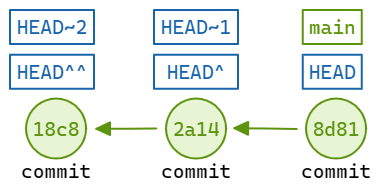
Before: python/images/git_history_commit.excalidraw.png, a diagram exported from Excalidraw (studyxiao/note). Source tidied: one line per element, renumbered; positions are measured from the earlier drawing's top-left corner, leaving out a move shared by most shapes.
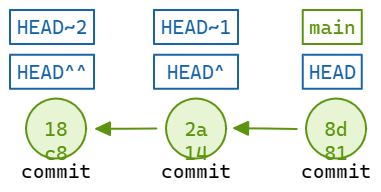
After the change.

The edit, as a diff of the source:
```diff
@@ -1,23 +1,23 @@
-{"id": 0, "type": "arrow", "strokeColor": "#5c940d", "backgroundColor": "#82c91e30", "fillStyle": "solid", "strokeWidth": 2, "roughness": 0, "endArrowhead": "triangle", "from": 9, "to": 6, "x": 146, "y": 118, "width": 60, "height": 0, "points": [[0, 0], [-60, 0]]}
+{"id": 0, "type": "arrow", "strokeColor": "#5c940d", "backgroundColor": "#82c91e30", "fillStyle": "solid", "strokeWidth": 2, "roughness": 0, "endArrowhead": "triangle", "round": true, "from": 9, "to": 6, "x": 146, "y": 118, "width": 60, "height": 0, "points": [[0, 0], [-60, 0]]}
-{"id": 1, "type": "arrow", "strokeColor": "#5c940d", "backgroundColor": "#82c91e30", "fillStyle": "solid", "strokeWidth": 2, "roughness": 0, "endArrowhead": "triangle", "from": 12, "to": 9, "x": 286, "y": 119, "width": 62, "height": 1, "points": [[0, 0], [-62, -1]]}
+{"id": 1, "type": "arrow", "strokeColor": "#5c940d", "backgroundColor": "#82c91e30", "fillStyle": "solid", "strokeWidth": 2, "roughness": 0, "endArrowhead": "triangle", "round": true, "from": 12, "to": 9, "x": 286, "y": 119, "width": 62, "height": 1, "points": [[0, 0], [-62, -1]]}
 {"id": 2, "type": "rectangle", "strokeColor": "#5c940d", "strokeWidth": 2, "roughness": 0, "x": 293, "y": 0, "width": 59, "height": 34}
-{"id": 3, "type": "text", "text": "main", "strokeColor": "#5c940d", "backgroundColor": "#82c91e30", "fillStyle": "solid", "strokeWidth": 2, "roughness": 0, "fontSize": 20, "fontFamily": 3, "textAlign": "center", "verticalAlign": "middle", "inside": 2, "x": 298, "y": 5, "width": 49, "height": 24}
+{"id": 3, "type": "text", "text": "main", "strokeColor": "#5c940d", "backgroundColor": "#82c91e30", "fillStyle": "solid", "strokeWidth": 2, "roughness": 0, "fontSize": 20, "fontFamily": 3, "textAlign": "center", "verticalAlign": "middle", "round": true, "inside": 2, "x": 299, "y": 5, "width": 47, "height": 24}
 {"id": 4, "type": "rectangle", "strokeColor": "#1864ab", "strokeWidth": 2, "roughness": 0, "x": 293, "y": 45, "width": 59, "height": 34}
-{"id": 5, "type": "text", "text": "HEAD", "strokeColor": "#1864ab", "backgroundColor": "#82c91e30", "fillStyle": "solid", "strokeWidth": 2, "roughness": 0, "fontSize": 20, "fontFamily": 3, "textAlign": "center", "verticalAlign": "middle", "inside": 4, "x": 298, "y": 50, "width": 49, "height": 24}
+{"id": 5, "type": "text", "text": "HEAD", "strokeColor": "#1864ab", "backgroundColor": "#82c91e30", "fillStyle": "solid", "strokeWidth": 2, "roughness": 0, "fontSize": 20, "fontFamily": 3, "textAlign": "center", "verticalAlign": "middle", "round": true, "inside": 4, "x": 299, "y": 50, "width": 47, "height": 24}
-{"id": 6, "type": "ellipse", "strokeColor": "#5c940d", "backgroundColor": "#82c91e30", "fillStyle": "solid", "strokeWidth": 2, "roughness": 0, "x": 16, "y": 89, "width": 60, "height": 60}
+{"id": 6, "type": "ellipse", "strokeColor": "#5c940d", "backgroundColor": "#82c91e30", "fillStyle": "solid", "strokeWidth": 2, "roughness": 0, "round": true, "x": 16, "y": 89, "width": 60, "height": 60}
-{"id": 7, "type": "text", "text": "18c8", "strokeColor": "#5c940d", "backgroundColor": "#82c91e", "fillStyle": "hachure", "strokeWidth": 1, "roughness": 0, "fontSize": 20, "fontFamily": 3, "textAlign": "center", "verticalAlign": "middle", "inside": 6, "x": 21, "y": 107, "width": 50, "height": 24}
+{"id": 7, "type": "text", "text": "18\nc8", "strokeColor": "#5c940d", "backgroundColor": "#82c91e", "fillStyle": "hachure", "strokeWidth": 1, "roughness": 0, "fontSize": 20, "fontFamily": 3, "textAlign": "center", "verticalAlign": "middle", "round": true, "inside": 6, "x": 34, "y": 107, "width": 23, "height": 48}
-{"id": 8, "type": "text", "text": "commit", "strokeColor": "#000000", "strokeWidth": 1, "roughness": 1, "fontSize": 20, "fontFamily": 3, "textAlign": "center", "x": 11, "y": 149, "width": 71, "height": 24}
+{"id": 8, "type": "text", "text": "commit", "strokeColor": "#000000", "strokeWidth": 1, "roughness": 1, "fontSize": 20, "fontFamily": 3, "textAlign": "center", "x": 11, "y": 149, "width": 70, "height": 24}
-{"id": 9, "type": "ellipse", "strokeColor": "#5c940d", "backgroundColor": "#82c91e30", "fillStyle": "solid", "strokeWidth": 2, "roughness": 0, "x": 156, "y": 89, "width": 60, "height": 60}
+{"id": 9, "type": "ellipse", "strokeColor": "#5c940d", "backgroundColor": "#82c91e30", "fillStyle": "solid", "strokeWidth": 2, "roughness": 0, "round": true, "x": 156, "y": 89, "width": 60, "height": 60}
-{"id": 10, "type": "text", "text": "2a14", "strokeColor": "#5c940d", "backgroundColor": "#82c91e", "fillStyle": "hachure", "strokeWidth": 1, "roughness": 0, "fontSize": 20, "fontFamily": 3, "textAlign": "center", "verticalAlign": "middle", "inside": 9, "x": 161, "y": 107, "width": 50, "height": 24}
+{"id": 10, "type": "text", "text": "2a\n14", "strokeColor": "#5c940d", "backgroundColor": "#82c91e", "fillStyle": "hachure", "strokeWidth": 1, "roughness": 0, "fontSize": 20, "fontFamily": 3, "textAlign": "center", "verticalAlign": "middle", "round": true, "inside": 9, "x": 174, "y": 107, "width": 23, "height": 48}
-{"id": 11, "type": "text", "text": "commit", "strokeColor": "#000000", "strokeWidth": 1, "roughness": 1, "fontSize": 20, "fontFamily": 3, "textAlign": "center", "x": 151, "y": 149, "width": 71, "height": 24}
+{"id": 11, "type": "text", "text": "commit", "strokeColor": "#000000", "strokeWidth": 1, "roughness": 1, "fontSize": 20, "fontFamily": 3, "textAlign": "center", "x": 151, "y": 149, "width": 70, "height": 24}
-{"id": 12, "type": "ellipse", "strokeColor": "#5c940d", "backgroundColor": "#82c91e30", "fillStyle": "solid", "strokeWidth": 2, "roughness": 0, "x": 296, "y": 89, "width": 60, "height": 60}
+{"id": 12, "type": "ellipse", "strokeColor": "#5c940d", "backgroundColor": "#82c91e30", "fillStyle": "solid", "strokeWidth": 2, "roughness": 0, "round": true, "x": 296, "y": 89, "width": 60, "height": 60}
-{"id": 13, "type": "text", "text": "8d81", "strokeColor": "#5c940d", "backgroundColor": "#82c91e", "fillStyle": "hachure", "strokeWidth": 1, "roughness": 0, "fontSize": 20, "fontFamily": 3, "textAlign": "center", "verticalAlign": "middle", "inside": 12, "x": 301, "y": 107, "width": 50, "height": 24}
+{"id": 13, "type": "text", "text": "8d\n81", "strokeColor": "#5c940d", "backgroundColor": "#82c91e", "fillStyle": "hachure", "strokeWidth": 1, "roughness": 0, "fontSize": 20, "fontFamily": 3, "textAlign": "center", "verticalAlign": "middle", "round": true, "inside": 12, "x": 314, "y": 107, "width": 23, "height": 48}
-{"id": 14, "type": "text", "text": "commit", "strokeColor": "#000000", "strokeWidth": 1, "roughness": 1, "fontSize": 20, "fontFamily": 3, "textAlign": "center", "x": 291, "y": 149, "width": 71, "height": 24}
+{"id": 14, "type": "text", "text": "commit", "strokeColor": "#000000", "strokeWidth": 1, "roughness": 1, "fontSize": 20, "fontFamily": 3, "textAlign": "center", "x": 291, "y": 149, "width": 70, "height": 24}
 {"id": 15, "type": "rectangle", "strokeColor": "#1864ab", "strokeWidth": 2, "roughness": 0, "x": 144, "y": 45, "width": 84, "height": 34}
-{"id": 16, "type": "text", "text": "HEAD^", "strokeColor": "#1864ab", "backgroundColor": "#82c91e30", "fillStyle": "solid", "strokeWidth": 2, "roughness": 0, "fontSize": 20, "fontFamily": 3, "textAlign": "center", "verticalAlign": "middle", "inside": 15, "x": 149, "y": 50, "width": 74, "height": 24}
+{"id": 16, "type": "text", "text": "HEAD^", "strokeColor": "#1864ab", "backgroundColor": "#82c91e30", "fillStyle": "solid", "strokeWidth": 2, "roughness": 0, "fontSize": 20, "fontFamily": 3, "textAlign": "center", "verticalAlign": "middle", "round": true, "inside": 15, "x": 157, "y": 50, "width": 59, "height": 24}
 {"id": 17, "type": "rectangle", "strokeColor": "#1864ab", "strokeWidth": 2, "roughness": 0, "x": 144, "y": 0, "width": 84, "height": 34}
-{"id": 18, "type": "text", "text": "HEAD~1", "strokeColor": "#1864ab", "backgroundColor": "#82c91e30", "fillStyle": "solid", "strokeWidth": 2, "roughness": 0, "fontSize": 20, "fontFamily": 3, "textAlign": "center", "verticalAlign": "middle", "inside": 17, "x": 149, "y": 5, "width": 74, "height": 24}
+{"id": 18, "type": "text", "text": "HEAD~1", "strokeColor": "#1864ab", "backgroundColor": "#82c91e30", "fillStyle": "solid", "strokeWidth": 2, "roughness": 0, "fontSize": 20, "fontFamily": 3, "textAlign": "center", "verticalAlign": "middle", "round": true, "inside": 17, "x": 151, "y": 5, "width": 70, "height": 24}
 {"id": 19, "type": "rectangle", "strokeColor": "#1864ab", "strokeWidth": 2, "roughness": 0, "x": 0, "y": 45, "width": 84, "height": 34}
-{"id": 20, "type": "text", "text": "HEAD^^", "strokeColor": "#1864ab", "backgroundColor": "#82c91e30", "fillStyle": "solid", "strokeWidth": 2, "roughness": 0, "fontSize": 20, "fontFamily": 3, "textAlign": "center", "verticalAlign": "middle", "inside": 19, "x": 5, "y": 50, "width": 74, "height": 24}
+{"id": 20, "type": "text", "text": "HEAD^^", "strokeColor": "#1864ab", "backgroundColor": "#82c91e30", "fillStyle": "solid", "strokeWidth": 2, "roughness": 0, "fontSize": 20, "fontFamily": 3, "textAlign": "center", "verticalAlign": "middle", "round": true, "inside": 19, "x": 7, "y": 50, "width": 70, "height": 24}
 {"id": 21, "type": "rectangle", "strokeColor": "#1864ab", "strokeWidth": 2, "roughness": 0, "x": 0, "y": 0, "width": 84, "height": 34}
-{"id": 22, "type": "text", "text": "HEAD~2", "strokeColor": "#1864ab", "backgroundColor": "#82c91e30", "fillStyle": "solid", "strokeWidth": 2, "roughness": 0, "fontSize": 20, "fontFamily": 3, "textAlign": "center", "verticalAlign": "middle", "inside": 21, "x": 5, "y": 5, "width": 74, "height": 24}
+{"id": 22, "type": "text", "text": "HEAD~2", "strokeColor": "#1864ab", "backgroundColor": "#82c91e30", "fillStyle": "solid", "strokeWidth": 2, "roughness": 0, "fontSize": 20, "fontFamily": 3, "textAlign": "center", "verticalAlign": "middle", "round": true, "inside": 21, "x": 7, "y": 5, "width": 70, "height": 24}
```
